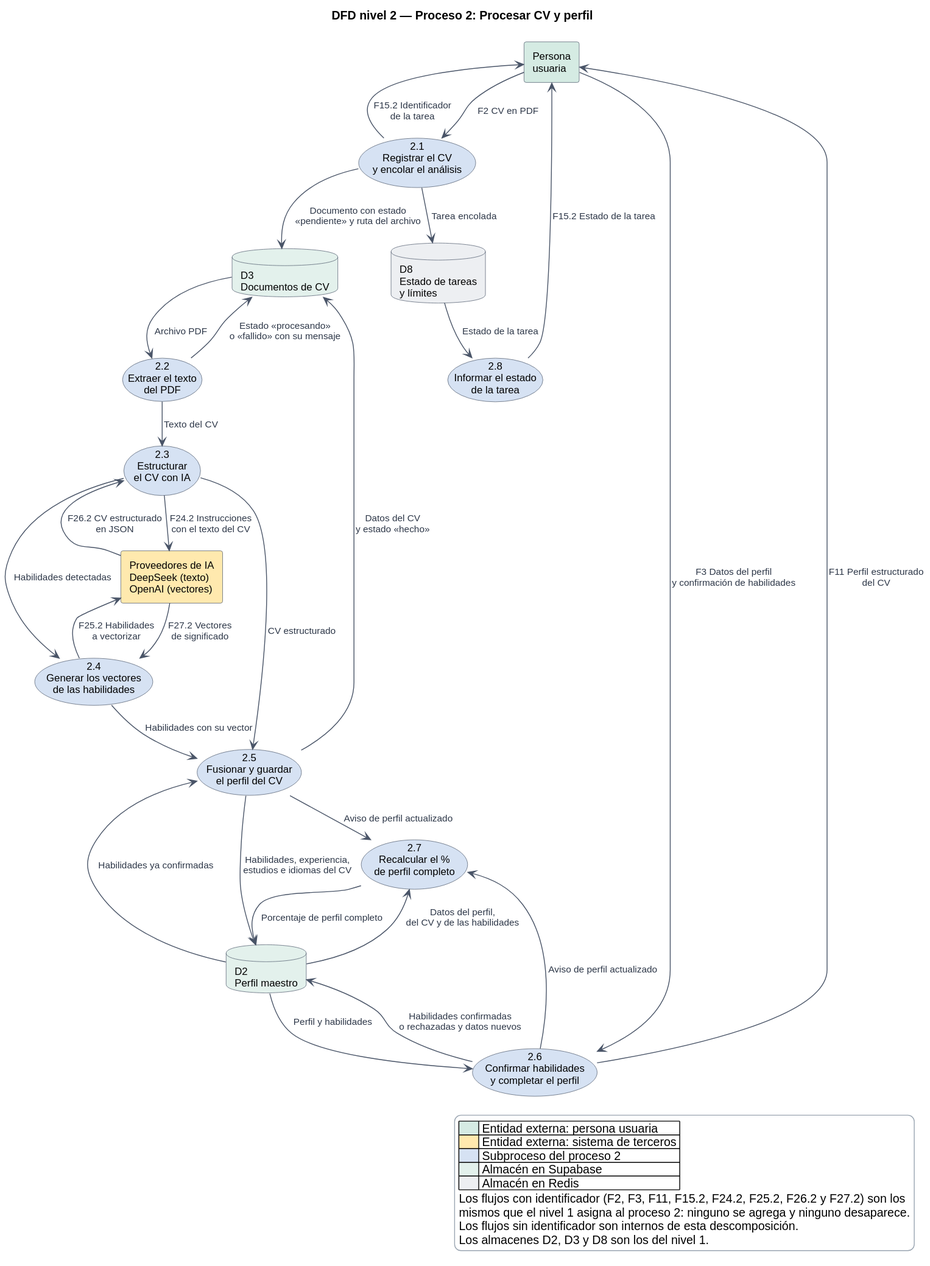
Above: docs/diagramas/dfd-nivel-2-proceso-2.svg in Buatishi/Jobby (PlantUML), before the change. The source it was exported from:
```plantuml
@startuml
!pragma layout smetana
top to bottom direction
skinparam shadowing false
skinparam defaultFontName Arial
skinparam defaultFontSize 12
skinparam ArrowColor #4A5568
skinparam ArrowFontSize 11
skinparam ArrowFontColor #2D3748
skinparam RectangleBorderColor #4A5568
skinparam UsecaseBorderColor #4A5568
skinparam DatabaseBorderColor #4A5568
skinparam legendBackgroundColor #FFFFFF
skinparam legendBorderColor #9AA5B1

title DFD nivel 2 — Proceso 2: Procesar CV y perfil

rectangle "Persona\nusuaria" as U #D5EBE3
rectangle "Proveedores de IA\nDeepSeek (texto)\nOpenAI (vectores)" as IA #FFE9AE

usecase "2.1\nRegistrar el CV\ny encolar el análisis" as P21 #D6E2F3
usecase "2.2\nExtraer el texto\ndel PDF" as P22 #D6E2F3
usecase "2.3\nEstructurar\nel CV con IA" as P23 #D6E2F3
usecase "2.4\nGenerar los vectores\nde las habilidades" as P24 #D6E2F3
usecase "2.5\nFusionar y guardar\nel perfil del CV" as P25 #D6E2F3
usecase "2.6\nConfirmar habilidades\ny completar el perfil" as P26 #D6E2F3
usecase "2.7\nRecalcular el %\nde perfil completo" as P27 #D6E2F3
usecase "2.8\nInformar el estado\nde la tarea" as P28 #D6E2F3

database "D2\nPerfil maestro" as D2 #E3F1EC
database "D3\nDocumentos de CV" as D3 #E3F1EC
database "D8\nEstado de tareas\ny límites" as D8 #EDEFF2

U --> P21 : F2 CV en PDF
P21 --> D3 : Documento con estado\n«pendiente» y ruta del archivo
P21 --> D8 : Tarea encolada
P21 --> U : F15.2 Identificador\nde la tarea

D3 --> P22 : Archivo PDF
P22 --> D3 : Estado «procesando»\no «fallido» con su mensaje
P22 --> P23 : Texto del CV

P23 --> IA : F24.2 Instrucciones\ncon el texto del CV
IA --> P23 : F26.2 CV estructurado\nen JSON
P23 --> P24 : Habilidades detectadas
P23 --> P25 : CV estructurado

P24 --> IA : F25.2 Habilidades\na vectorizar
IA --> P24 : F27.2 Vectores\nde significado
P24 --> P25 : Habilidades con su vector

D2 --> P25 : Habilidades ya confirmadas
P25 --> D2 : Habilidades, experiencia,\nestudios e idiomas del CV
P25 --> D3 : Datos del CV\ny estado «hecho»
P25 --> P27 : Aviso de perfil actualizado

U --> P26 : F3 Datos del perfil\ny confirmación de habilidades
D2 --> P26 : Perfil y habilidades
P26 --> D2 : Habilidades confirmadas\no rechazadas y datos nuevos
P26 --> U : F11 Perfil estructurado\ndel CV
P26 --> P27 : Aviso de perfil actualizado

D2 --> P27 : Datos del perfil,\ndel CV y de las habilidades
P27 --> D2 : Porcentaje de perfil completo

D8 --> P28 : Estado de la tarea
P28 --> U : F15.2 Estado de la tarea

legend right
  |<#D5EBE3>      | Entidad externa: persona usuaria |
  |<#FFE9AE>      | Entidad externa: sistema de terceros |
  |<#D6E2F3>      | Subproceso del proceso 2 |
  |<#E3F1EC>      | Almacén en Supabase |
  |<#EDEFF2>      | Almacén en Redis |
  Los flujos con identificador (F2, F3, F11, F15.2, F24.2, F25.2, F26.2 y F27.2) son los
  mismos que el nivel 1 asigna al proceso 2: ninguno se agrega y ninguno desaparece.
  Los flujos sin identificador son internos de esta descomposición.
  Los almacenes D2, D3 y D8 son los del nivel 1.
endlegend
@enduml
```
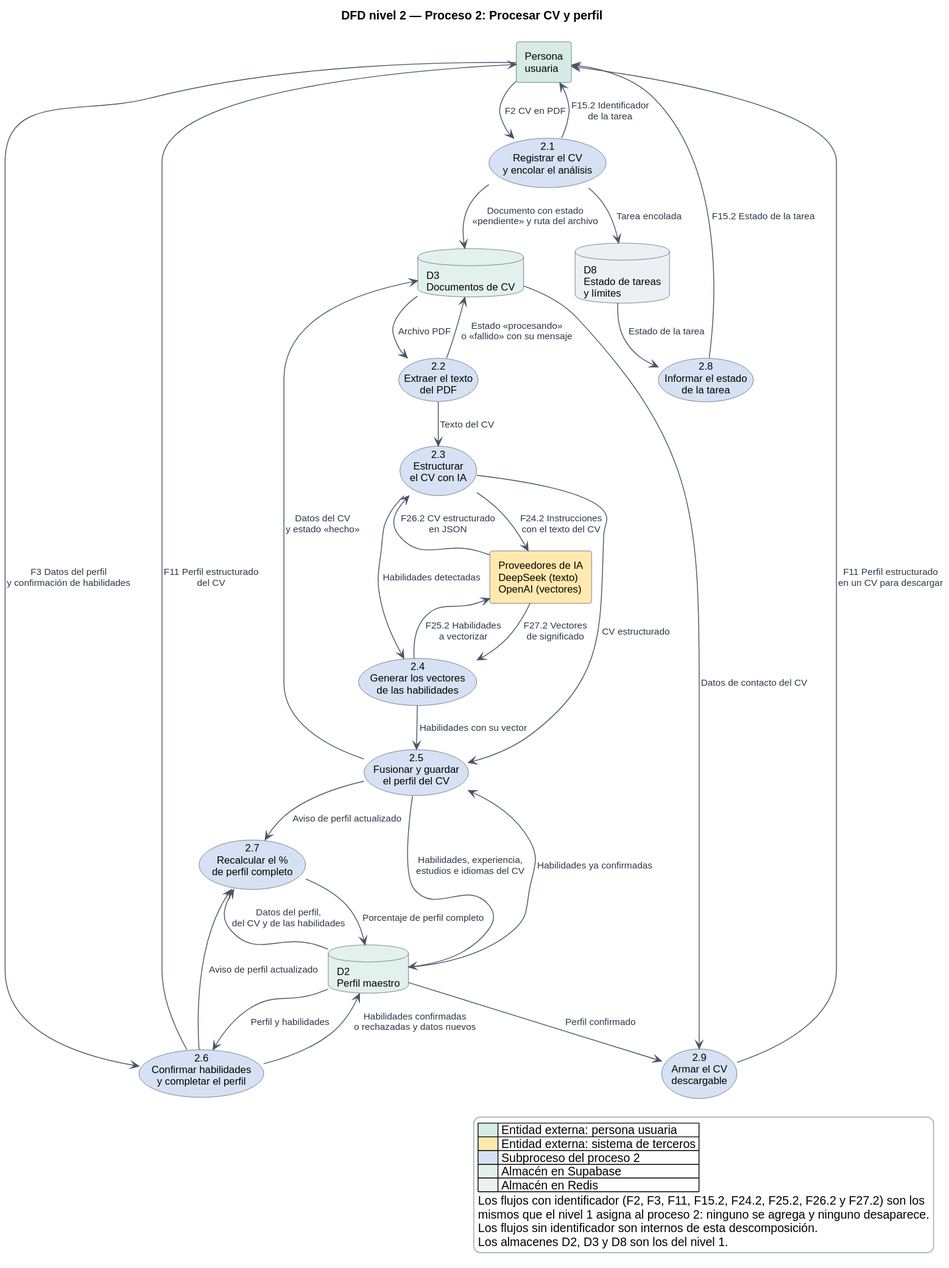
Above is the later version.

The edit, as a diff of the source:
```diff
@@ -26,6 +26,7 @@
 usecase "2.6\nConfirmar habilidades\ny completar el perfil" as P26 #D6E2F3
 usecase "2.7\nRecalcular el %\nde perfil completo" as P27 #D6E2F3
 usecase "2.8\nInformar el estado\nde la tarea" as P28 #D6E2F3
+usecase "2.9\nArmar el CV\ndescargable" as P29 #D6E2F3
 
 database "D2\nPerfil maestro" as D2 #E3F1EC
 database "D3\nDocumentos de CV" as D3 #E3F1EC
@@ -66,6 +67,10 @@
 D8 --> P28 : Estado de la tarea
 P28 --> U : F15.2 Estado de la tarea
 
+D2 --> P29 : Perfil confirmado
+D3 --> P29 : Datos de contacto del CV
+P29 --> U : F11 Perfil estructurado\nen un CV para descargar
+
 legend right
   |<#D5EBE3>      | Entidad externa: persona usuaria |
   |<#FFE9AE>      | Entidad externa: sistema de terceros |
```
